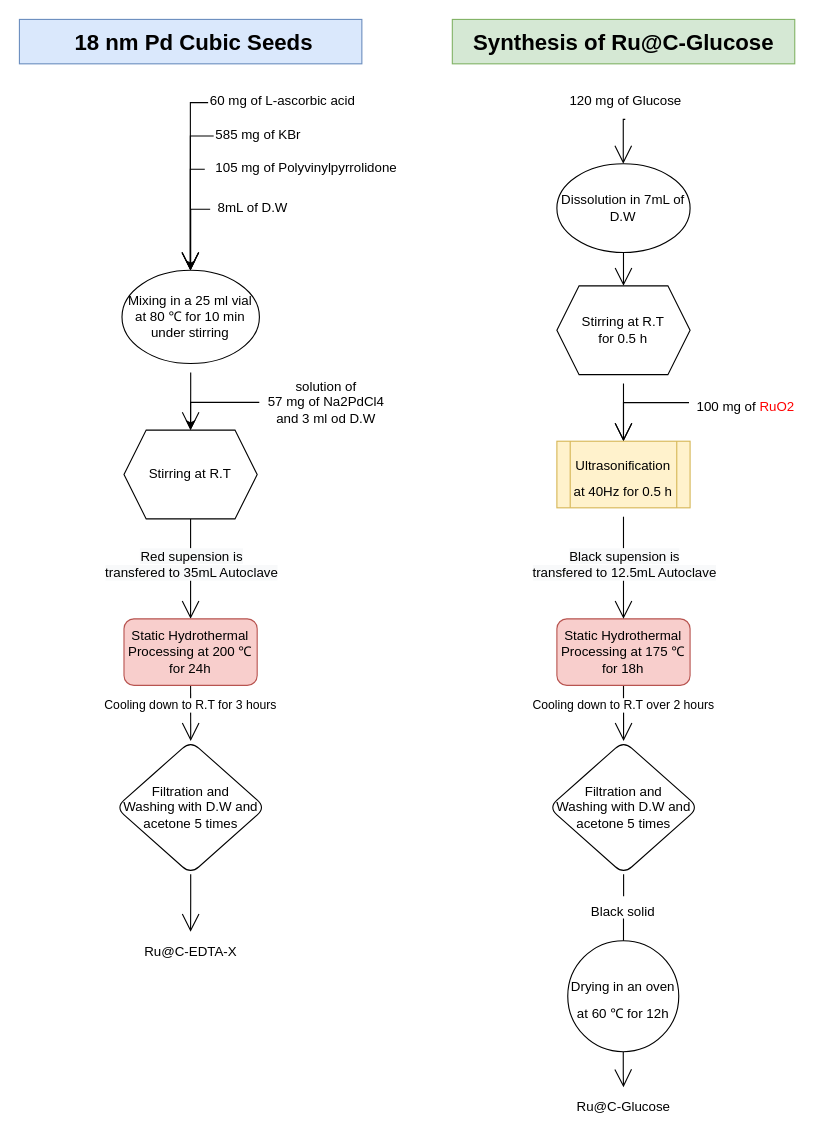
The draw.io diagram page "Page-1" (2 of 4) of Untitled Diagram.drawio in marcelo1356/Training, before the edit. Source tidied: cells renumbered, new cells numbered last; positions are measured from the earlier drawing's top-left corner, leaving out a move shared by most shapes. Both pictures are drawn from the tidied source at 111%, with x=0, y=0 at pixel (19, 19).
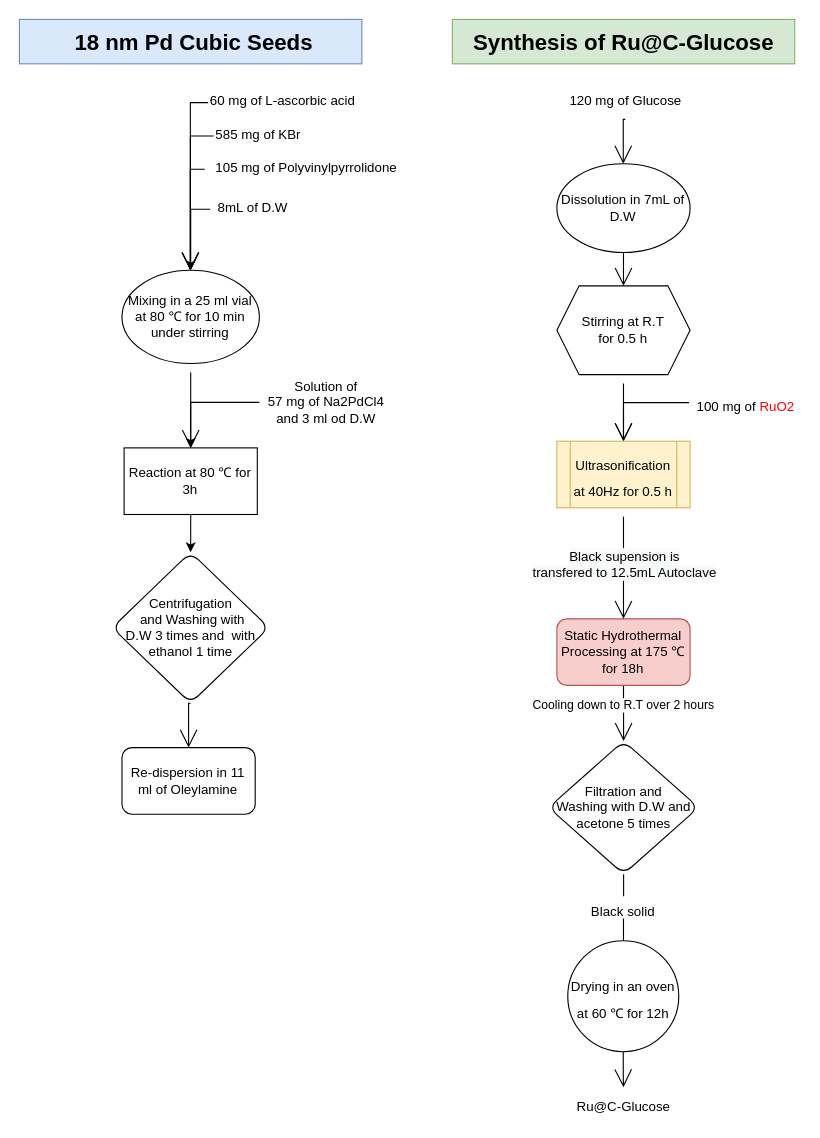
The same page after the edit.

The change refers to these unchanged cells:
```xml
<mxCell id="9" value="Mixing in a 25 ml vial at 80 ℃&amp;nbsp;for 10 min under stirring" style="ellipse;whiteSpace=wrap;html=1;hachureGap=4;" parent="1" vertex="1">
  <mxGeometry x="92.4" y="226" width="123.8" height="84" as="geometry" />
</mxCell>
```

The edit, as a diff of the source:
```diff
@@
-    <mxCell id="8" style="edgeStyle=orthogonalEdgeStyle;rounded=0;jettySize=auto;html=1;entryX=0.5;entryY=0;entryDx=0;entryDy=0;fontSize=20;endArrow=open;startSize=14;endSize=14;sourcePerimeterSpacing=8;targetPerimeterSpacing=8;" parent="1" edge="1" source="9" target="12">
+    <mxCell id="8" style="edgeStyle=orthogonalEdgeStyle;rounded=0;jettySize=auto;html=1;entryX=0.5;entryY=0;entryDx=0;entryDy=0;fontSize=20;endArrow=open;startSize=14;endSize=14;sourcePerimeterSpacing=8;targetPerimeterSpacing=8;" parent="1" edge="1" source="9" target="47">
       <mxGeometry relative="1" as="geometry" />
     </mxCell>
@@
-    <mxCell id="10" style="edgeStyle=orthogonalEdgeStyle;rounded=0;jettySize=auto;html=1;exitX=0.5;exitY=1;exitDx=0;exitDy=0;endArrow=open;startSize=14;endSize=14;sourcePerimeterSpacing=8;targetPerimeterSpacing=8;entryX=0.5;entryY=0;entryDx=0;entryDy=0;" parent="1" edge="1" source="12" target="17">
-      <mxGeometry relative="1" as="geometry" />
-    </mxCell>
-    <mxCell id="11" value="&lt;span style=&quot;font-size: 12px ; background-color: rgb(248 , 249 , 250)&quot;&gt;Red supension is &lt;br&gt;transfered to 35mL Autoclave&lt;/span&gt;" style="edgeLabel;html=1;align=center;verticalAlign=middle;" parent="10" vertex="1">
-      <mxGeometry x="-0.43" y="-2" relative="1" as="geometry">
-        <mxPoint x="2" y="14" as="offset" />
-      </mxGeometry>
-    </mxCell>
-    <mxCell id="12" value="Stirring at R.T" style="shape=hexagon;perimeter=hexagonPerimeter2;whiteSpace=wrap;html=1;fixedSize=1;hachureGap=4;" parent="1" vertex="1">
-      <mxGeometry x="94.2" y="370" width="120" height="80" as="geometry" />
-    </mxCell>
-    <mxCell id="13" style="edgeStyle=orthogonalEdgeStyle;rounded=0;jettySize=auto;html=1;entryX=0.5;entryY=0;entryDx=0;entryDy=0;" parent="1" edge="1" source="14" target="12">
+    <mxCell id="13" style="edgeStyle=orthogonalEdgeStyle;rounded=0;jettySize=auto;html=1;entryX=0.5;entryY=0;entryDx=0;entryDy=0;" parent="1" edge="1" source="14" target="47">
       <mxGeometry relative="1" as="geometry" />
     </mxCell>
-    <mxCell id="14" value="solution of&lt;br&gt;57 mg of Na2PdCl4 &lt;br&gt;and 3 ml od D.W" style="text;html=1;align=center;verticalAlign=middle;points=[];strokeColor=none;fillColor=none;" parent="1" vertex="1">
+    <mxCell id="14" value="Solution of&lt;br&gt;57 mg of Na2PdCl4 &lt;br&gt;and 3 ml od D.W" style="text;html=1;align=center;verticalAlign=middle;points=[];strokeColor=none;fillColor=none;" parent="1" vertex="1">
       <mxGeometry x="216.1" y="320" width="120" height="50" as="geometry" />
     </mxCell>
-    <mxCell id="15" style="edgeStyle=none;curved=1;rounded=0;jettySize=auto;html=1;endArrow=open;startSize=14;endSize=14;sourcePerimeterSpacing=8;targetPerimeterSpacing=8;exitX=0.5;exitY=1;exitDx=0;exitDy=0;entryX=0.5;entryY=0;entryDx=0;entryDy=0;" parent="1" edge="1" source="17" target="19">
-      <mxGeometry relative="1" as="geometry" />
-    </mxCell>
-    <mxCell id="16" value="Cooling down to R.T for 3 hours" style="edgeLabel;html=1;align=center;verticalAlign=middle;" parent="15" vertex="1">
-      <mxGeometry x="-0.31" y="-1" relative="1" as="geometry" />
-    </mxCell>
-    <mxCell id="17" value="Static Hydrothermal Processing at 200 ℃ for 24h" style="rounded=1;whiteSpace=wrap;html=1;hachureGap=4;fillColor=#f8cecc;strokeColor=#b85450;" parent="1" vertex="1">
-      <mxGeometry x="94.2" y="540" width="120" height="60" as="geometry" />
-    </mxCell>
-    <mxCell id="18" style="edgeStyle=orthogonalEdgeStyle;rounded=0;jettySize=auto;html=1;fontSize=20;endArrow=open;startSize=14;endSize=14;sourcePerimeterSpacing=8;targetPerimeterSpacing=8;exitX=0.5;exitY=1;exitDx=0;exitDy=0;" parent="1" edge="1" source="19" target="20">
+    <mxCell id="18" style="edgeStyle=orthogonalEdgeStyle;rounded=0;jettySize=auto;html=1;fontSize=20;endArrow=open;startSize=14;endSize=14;sourcePerimeterSpacing=8;targetPerimeterSpacing=8;exitX=0.5;exitY=1;exitDx=0;exitDy=0;entryX=0.5;entryY=0;entryDx=0;entryDy=0;" parent="1" edge="1" source="19" target="48">
       <mxGeometry relative="1" as="geometry" />
     </mxCell>
-    <mxCell id="19" value="Filtration and &lt;br&gt;Washing with D.W and acetone 5 times" style="rhombus;whiteSpace=wrap;html=1;rounded=1;hachureGap=4;" parent="1" vertex="1">
-      <mxGeometry x="86.8" y="650" width="135" height="120" as="geometry" />
+    <mxCell id="19" value="Centrifugation&lt;br&gt;&amp;nbsp;and Washing with &lt;br&gt;D.W 3 times and&amp;nbsp; with ethanol 1 time" style="rhombus;whiteSpace=wrap;html=1;rounded=1;hachureGap=4;" parent="1" vertex="1">
+      <mxGeometry x="83.6" y="480" width="141.2" height="136" as="geometry" />
     </mxCell>
-    <mxCell id="20" value="Ru@C-EDTA-X" style="text;html=1;align=center;verticalAlign=middle;points=[];strokeColor=none;fillColor=none;" parent="1" vertex="1">
-      <mxGeometry x="104.2" y="830" width="100" height="20" as="geometry" />
-    </mxCell>
@@
+    <mxCell id="46" style="edgeStyle=orthogonalEdgeStyle;rounded=0;jettySize=auto;html=1;" parent="1" edge="1" source="47" target="19">
+      <mxGeometry relative="1" as="geometry" />
+    </mxCell>
+    <mxCell id="47" value="Reaction at 80 ℃ for 3h" style="rounded=0;whiteSpace=wrap;html=1;" parent="1" vertex="1">
+      <mxGeometry x="94.3" y="386" width="120" height="60" as="geometry" />
+    </mxCell>
+    <mxCell id="48" value="Re-dispersion in 11 ml of Oleylamine" style="rounded=1;whiteSpace=wrap;html=1;" parent="1" vertex="1">
+      <mxGeometry x="92.4" y="656" width="120" height="60" as="geometry" />
+    </mxCell>
```
